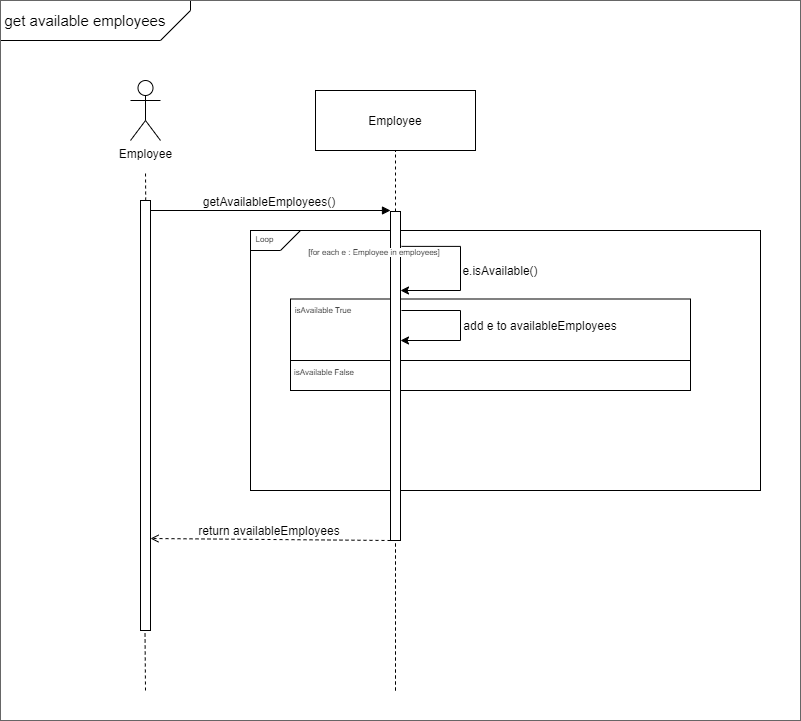
s204475/SoftwareEngineering02161 keeps this draw.io diagram as Documentation, figures, etc/Sequence Diagram-getAvailableEmployees.png. Above is the earlier version. Source tidied: cells renumbered, new cells last; positions are measured from the earlier drawing's top-left corner, leaving out a move shared by most shapes. Its diagram source:
```xml
<mxGraphModel>
  <root>
    <mxCell id="0" />
    <mxCell id="1" parent="0" />
    <mxCell id="2" style="rounded=0;whiteSpace=wrap;html=1;fillColor=none;" parent="1" vertex="1">
      <mxGeometry x="250" y="230" width="510" height="260" as="geometry" />
    </mxCell>
    <mxCell id="3" style="shape=card;whiteSpace=wrap;html=1;rotation=-180;fillColor=none;" parent="1" vertex="1">
      <mxGeometry x="250" y="230" width="50" height="20" as="geometry" />
    </mxCell>
    <mxCell id="4" style="rounded=0;whiteSpace=wrap;html=1;fillColor=none;" parent="1" vertex="1">
      <mxGeometry x="290" y="298.5" width="400" height="61.5" as="geometry" />
    </mxCell>
    <mxCell id="5" style="rounded=0;whiteSpace=wrap;html=1;fillColor=none;" parent="1" vertex="1">
      <mxGeometry x="290" y="360" width="400" height="30" as="geometry" />
    </mxCell>
    <mxCell id="6" style="endArrow=none;dashed=1;html=1;" parent="1" edge="1">
      <mxGeometry relative="1" as="geometry">
        <mxPoint x="145" y="690" as="sourcePoint" />
        <mxPoint x="144.5" y="630" as="targetPoint" />
      </mxGeometry>
    </mxCell>
    <mxCell id="7" style="shape=card;whiteSpace=wrap;html=1;rotation=-180;fillColor=none;" parent="1" vertex="1">
      <mxGeometry width="190" height="40" as="geometry" />
    </mxCell>
    <mxCell id="8" style="edgeStyle=orthogonalEdgeStyle;rounded=0;orthogonalLoop=1;jettySize=auto;html=1;entryX=0;entryY=0.125;entryDx=0;entryDy=0;entryPerimeter=0;endArrow=block;endFill=1;" parent="1" edge="1">
      <mxGeometry relative="1" as="geometry">
        <mxPoint x="150" y="210" as="sourcePoint" />
        <mxPoint x="390" y="210" as="targetPoint" />
      </mxGeometry>
    </mxCell>
    <mxCell id="9" value="getAvailableEmployees()" style="text;html=1;strokeColor=none;fillColor=none;align=center;verticalAlign=middle;whiteSpace=wrap;rounded=0;" parent="1" vertex="1">
      <mxGeometry x="249" y="191" width="40" height="20" as="geometry" />
    </mxCell>
    <mxCell id="10" value="Employee" style="rounded=0;whiteSpace=wrap;html=1;fillColor=#FFFFFF;" parent="1" vertex="1">
      <mxGeometry x="315" y="90" width="160" height="60" as="geometry" />
    </mxCell>
    <mxCell id="11" style="endArrow=none;dashed=1;html=1;" parent="1" edge="1" source="27">
      <mxGeometry relative="1" as="geometry">
        <mxPoint x="395" y="150" as="targetPoint" />
      </mxGeometry>
    </mxCell>
    <mxCell id="12" style="endArrow=none;dashed=1;html=1;" parent="1" edge="1" target="27">
      <mxGeometry relative="1" as="geometry">
        <mxPoint x="395" y="690" as="sourcePoint" />
      </mxGeometry>
    </mxCell>
    <mxCell id="13" value="&lt;font style=&quot;font-size: 15px&quot;&gt;get available employees&lt;/font&gt;" style="text;html=1;strokeColor=none;fillColor=none;align=center;verticalAlign=middle;whiteSpace=wrap;rounded=0;" parent="1" vertex="1">
      <mxGeometry width="170" height="40" as="geometry" />
    </mxCell>
    <mxCell id="14" style="endArrow=none;dashed=1;html=1;" parent="1" edge="1" target="27">
      <mxGeometry relative="1" as="geometry">
        <mxPoint x="395" y="690" as="sourcePoint" />
      </mxGeometry>
    </mxCell>
    <mxCell id="15" style="html=1;points=[];perimeter=orthogonalPerimeter;" parent="1" vertex="1">
      <mxGeometry x="140" y="200" width="10" height="430" as="geometry" />
    </mxCell>
    <mxCell id="16" value="Employee" style="shape=umlActor;verticalLabelPosition=bottom;verticalAlign=top;html=1;fillColor=none;" parent="1" vertex="1">
      <mxGeometry x="130" y="80" width="30" height="60" as="geometry" />
    </mxCell>
    <mxCell id="17" value="&lt;font style=&quot;font-size: 8px&quot;&gt;Loop&lt;/font&gt;" style="text;html=1;strokeColor=none;fillColor=none;align=center;verticalAlign=middle;whiteSpace=wrap;rounded=0;" parent="1" vertex="1">
      <mxGeometry x="244" y="227" width="41" height="20" as="geometry" />
    </mxCell>
    <mxCell id="18" style="endArrow=classic;html=1;exitX=1.1;exitY=0.106;exitDx=0;exitDy=0;exitPerimeter=0;edgeStyle=orthogonalEdgeStyle;rounded=0;" parent="1" edge="1" source="27">
      <mxGeometry relative="1" as="geometry">
        <mxPoint x="400" y="290" as="targetPoint" />
        <Array as="points">
          <mxPoint x="460" y="246" />
          <mxPoint x="460" y="290" />
        </Array>
      </mxGeometry>
    </mxCell>
    <mxCell id="19" value="e.isAvailable()" style="text;html=1;strokeColor=none;fillColor=none;align=center;verticalAlign=middle;whiteSpace=wrap;rounded=0;" parent="1" vertex="1">
      <mxGeometry x="480" y="260" width="40" height="20" as="geometry" />
    </mxCell>
    <mxCell id="20" value="&lt;font style=&quot;font-size: 8px&quot;&gt;isAvailable False&lt;/font&gt;" style="text;html=1;strokeColor=none;fillColor=none;align=center;verticalAlign=middle;whiteSpace=wrap;rounded=0;" parent="1" vertex="1">
      <mxGeometry x="291" y="360" width="66" height="19.5" as="geometry" />
    </mxCell>
    <mxCell id="21" style="endArrow=classic;html=1;exitX=1.1;exitY=0.106;exitDx=0;exitDy=0;exitPerimeter=0;edgeStyle=orthogonalEdgeStyle;rounded=0;" parent="1" edge="1">
      <mxGeometry relative="1" as="geometry">
        <mxPoint x="401" y="310" as="sourcePoint" />
        <mxPoint x="400" y="340" as="targetPoint" />
        <Array as="points">
          <mxPoint x="460" y="310.4" />
          <mxPoint x="460" y="340.4" />
          <mxPoint x="400" y="340.4" />
        </Array>
      </mxGeometry>
    </mxCell>
    <mxCell id="22" value="add e to availableEmployees" style="text;html=1;strokeColor=none;fillColor=none;align=center;verticalAlign=middle;whiteSpace=wrap;rounded=0;" parent="1" vertex="1">
      <mxGeometry x="460" y="315" width="160" height="20" as="geometry" />
    </mxCell>
    <mxCell id="23" value="&lt;font style=&quot;font-size: 8px&quot;&gt;isAvailable True&lt;/font&gt;" style="text;html=1;strokeColor=none;fillColor=none;align=center;verticalAlign=middle;whiteSpace=wrap;rounded=0;" parent="1" vertex="1">
      <mxGeometry x="290" y="298.5" width="66" height="19.5" as="geometry" />
    </mxCell>
    <mxCell id="24" style="endArrow=open;html=1;dashed=1;endFill=0;" parent="1" edge="1">
      <mxGeometry relative="1" as="geometry">
        <mxPoint x="390" y="540" as="sourcePoint" />
        <mxPoint x="150" y="538" as="targetPoint" />
      </mxGeometry>
    </mxCell>
    <mxCell id="25" value="return availableEmployees" style="text;html=1;strokeColor=none;fillColor=none;align=center;verticalAlign=middle;whiteSpace=wrap;rounded=0;" parent="1" vertex="1">
      <mxGeometry x="184" y="520" width="170" height="20" as="geometry" />
    </mxCell>
    <mxCell id="26" style="endArrow=none;dashed=1;html=1;" parent="1" edge="1">
      <mxGeometry relative="1" as="geometry">
        <mxPoint x="145.2" y="200" as="sourcePoint" />
        <mxPoint x="145" y="170" as="targetPoint" />
      </mxGeometry>
    </mxCell>
    <mxCell id="27" style="html=1;points=[];perimeter=orthogonalPerimeter;" parent="1" vertex="1">
      <mxGeometry x="390" y="211" width="10" height="329" as="geometry" />
    </mxCell>
    <mxCell id="28" value="&lt;span style=&quot;background-color: rgb(255 , 255 , 255)&quot;&gt;&lt;br&gt;&lt;br&gt;&lt;/span&gt;" style="rounded=0;whiteSpace=wrap;html=1;strokeColor=#666666;fontColor=#333333;fillColor=none;" parent="1" vertex="1">
      <mxGeometry width="800" height="720" as="geometry" />
    </mxCell>
    <mxCell id="29" value="&lt;br&gt;&lt;br&gt;&lt;span style=&quot;color: rgb(0 , 0 , 0) ; font-family: &amp;#34;helvetica&amp;#34; ; font-size: 8px ; font-style: normal ; font-weight: 400 ; letter-spacing: normal ; text-align: center ; text-indent: 0px ; text-transform: none ; word-spacing: 0px ; background-color: rgb(255 , 255 , 255) ; display: inline ; float: none&quot;&gt;[for each e : Employee in employees]&lt;/span&gt;&lt;br&gt;" style="text;html=1;strokeColor=none;fillColor=none;align=center;verticalAlign=middle;whiteSpace=wrap;rounded=0;" parent="1" vertex="1">
      <mxGeometry x="304" y="227" width="140" height="17" as="geometry" />
    </mxCell>
  </root>
</mxGraphModel>
```
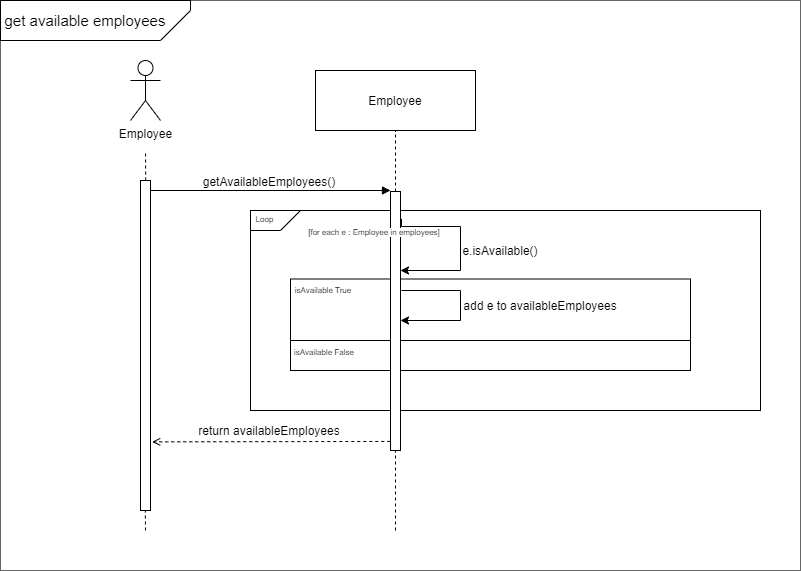
Later version of the same file.

What changed in the source:
```diff
@@ -2,8 +2,11 @@
   <root>
     <mxCell id="0" />
     <mxCell id="1" parent="0" />
+    <mxCell id="28" value="&lt;span style=&quot;background-color: rgb(255 , 255 , 255)&quot;&gt;&lt;br&gt;&lt;br&gt;&lt;/span&gt;" style="rounded=0;whiteSpace=wrap;html=1;strokeColor=#666666;fontColor=#333333;fillColor=none;" parent="1" vertex="1">
+      <mxGeometry y="20" width="800" height="570" as="geometry" />
+    </mxCell>
     <mxCell id="2" style="rounded=0;whiteSpace=wrap;html=1;fillColor=none;" parent="1" vertex="1">
-      <mxGeometry x="250" y="230" width="510" height="260" as="geometry" />
+      <mxGeometry x="250" y="230" width="510" height="200" as="geometry" />
     </mxCell>
     <mxCell id="3" style="shape=card;whiteSpace=wrap;html=1;rotation=-180;fillColor=none;" parent="1" vertex="1">
       <mxGeometry x="250" y="230" width="50" height="20" as="geometry" />
@@ -16,12 +19,12 @@
     </mxCell>
     <mxCell id="6" style="endArrow=none;dashed=1;html=1;" parent="1" edge="1">
       <mxGeometry relative="1" as="geometry">
-        <mxPoint x="145" y="690" as="sourcePoint" />
-        <mxPoint x="144.5" y="630" as="targetPoint" />
+        <mxPoint x="145" y="550" as="sourcePoint" />
+        <mxPoint x="144.8" y="520" as="targetPoint" />
       </mxGeometry>
     </mxCell>
     <mxCell id="7" style="shape=card;whiteSpace=wrap;html=1;rotation=-180;fillColor=none;" parent="1" vertex="1">
-      <mxGeometry width="190" height="40" as="geometry" />
+      <mxGeometry y="20" width="190" height="40" as="geometry" />
     </mxCell>
     <mxCell id="8" style="edgeStyle=orthogonalEdgeStyle;rounded=0;orthogonalLoop=1;jettySize=auto;html=1;entryX=0;entryY=0.125;entryDx=0;entryDy=0;entryPerimeter=0;endArrow=block;endFill=1;" parent="1" edge="1">
       <mxGeometry relative="1" as="geometry">
@@ -40,21 +43,16 @@
         <mxPoint x="395" y="150" as="targetPoint" />
       </mxGeometry>
     </mxCell>
-    <mxCell id="12" style="endArrow=none;dashed=1;html=1;" parent="1" edge="1" target="27">
-      <mxGeometry relative="1" as="geometry">
-        <mxPoint x="395" y="690" as="sourcePoint" />
-      </mxGeometry>
-    </mxCell>
     <mxCell id="13" value="&lt;font style=&quot;font-size: 15px&quot;&gt;get available employees&lt;/font&gt;" style="text;html=1;strokeColor=none;fillColor=none;align=center;verticalAlign=middle;whiteSpace=wrap;rounded=0;" parent="1" vertex="1">
-      <mxGeometry width="170" height="40" as="geometry" />
+      <mxGeometry y="20" width="170" height="40" as="geometry" />
     </mxCell>
     <mxCell id="14" style="endArrow=none;dashed=1;html=1;" parent="1" edge="1" target="27">
       <mxGeometry relative="1" as="geometry">
-        <mxPoint x="395" y="690" as="sourcePoint" />
+        <mxPoint x="395" y="550" as="sourcePoint" />
       </mxGeometry>
     </mxCell>
     <mxCell id="15" style="html=1;points=[];perimeter=orthogonalPerimeter;" parent="1" vertex="1">
-      <mxGeometry x="140" y="200" width="10" height="430" as="geometry" />
+      <mxGeometry x="140" y="200" width="10" height="330" as="geometry" />
     </mxCell>
     <mxCell id="16" value="Employee" style="shape=umlActor;verticalLabelPosition=bottom;verticalAlign=top;html=1;fillColor=none;" parent="1" vertex="1">
       <mxGeometry x="130" y="80" width="30" height="60" as="geometry" />
@@ -94,14 +92,11 @@
     <mxCell id="23" value="&lt;font style=&quot;font-size: 8px&quot;&gt;isAvailable True&lt;/font&gt;" style="text;html=1;strokeColor=none;fillColor=none;align=center;verticalAlign=middle;whiteSpace=wrap;rounded=0;" parent="1" vertex="1">
       <mxGeometry x="290" y="298.5" width="66" height="19.5" as="geometry" />
     </mxCell>
-    <mxCell id="24" style="endArrow=open;html=1;dashed=1;endFill=0;" parent="1" edge="1">
-      <mxGeometry relative="1" as="geometry">
-        <mxPoint x="390" y="540" as="sourcePoint" />
-        <mxPoint x="150" y="538" as="targetPoint" />
-      </mxGeometry>
+    <mxCell id="24" style="endArrow=open;html=1;dashed=1;endFill=0;exitX=-0.024;exitY=0.965;exitDx=0;exitDy=0;exitPerimeter=0;entryX=1.167;entryY=0.792;entryDx=0;entryDy=0;entryPerimeter=0;" parent="1" edge="1" source="27" target="15">
+      <mxGeometry relative="1" as="geometry" />
     </mxCell>
     <mxCell id="25" value="return availableEmployees" style="text;html=1;strokeColor=none;fillColor=none;align=center;verticalAlign=middle;whiteSpace=wrap;rounded=0;" parent="1" vertex="1">
-      <mxGeometry x="184" y="520" width="170" height="20" as="geometry" />
+      <mxGeometry x="184" y="440" width="170" height="20" as="geometry" />
     </mxCell>
     <mxCell id="26" style="endArrow=none;dashed=1;html=1;" parent="1" edge="1">
       <mxGeometry relative="1" as="geometry">
@@ -110,11 +105,8 @@
       </mxGeometry>
     </mxCell>
     <mxCell id="27" style="html=1;points=[];perimeter=orthogonalPerimeter;" parent="1" vertex="1">
-      <mxGeometry x="390" y="211" width="10" height="329" as="geometry" />
+      <mxGeometry x="390" y="211" width="10" height="259" as="geometry" />
     </mxCell>
-    <mxCell id="28" value="&lt;span style=&quot;background-color: rgb(255 , 255 , 255)&quot;&gt;&lt;br&gt;&lt;br&gt;&lt;/span&gt;" style="rounded=0;whiteSpace=wrap;html=1;strokeColor=#666666;fontColor=#333333;fillColor=none;" parent="1" vertex="1">
-      <mxGeometry width="800" height="720" as="geometry" />
-    </mxCell>
     <mxCell id="29" value="&lt;br&gt;&lt;br&gt;&lt;span style=&quot;color: rgb(0 , 0 , 0) ; font-family: &amp;#34;helvetica&amp;#34; ; font-size: 8px ; font-style: normal ; font-weight: 400 ; letter-spacing: normal ; text-align: center ; text-indent: 0px ; text-transform: none ; word-spacing: 0px ; background-color: rgb(255 , 255 , 255) ; display: inline ; float: none&quot;&gt;[for each e : Employee in employees]&lt;/span&gt;&lt;br&gt;" style="text;html=1;strokeColor=none;fillColor=none;align=center;verticalAlign=middle;whiteSpace=wrap;rounded=0;" parent="1" vertex="1">
       <mxGeometry x="304" y="227" width="140" height="17" as="geometry" />
     </mxCell>
```
